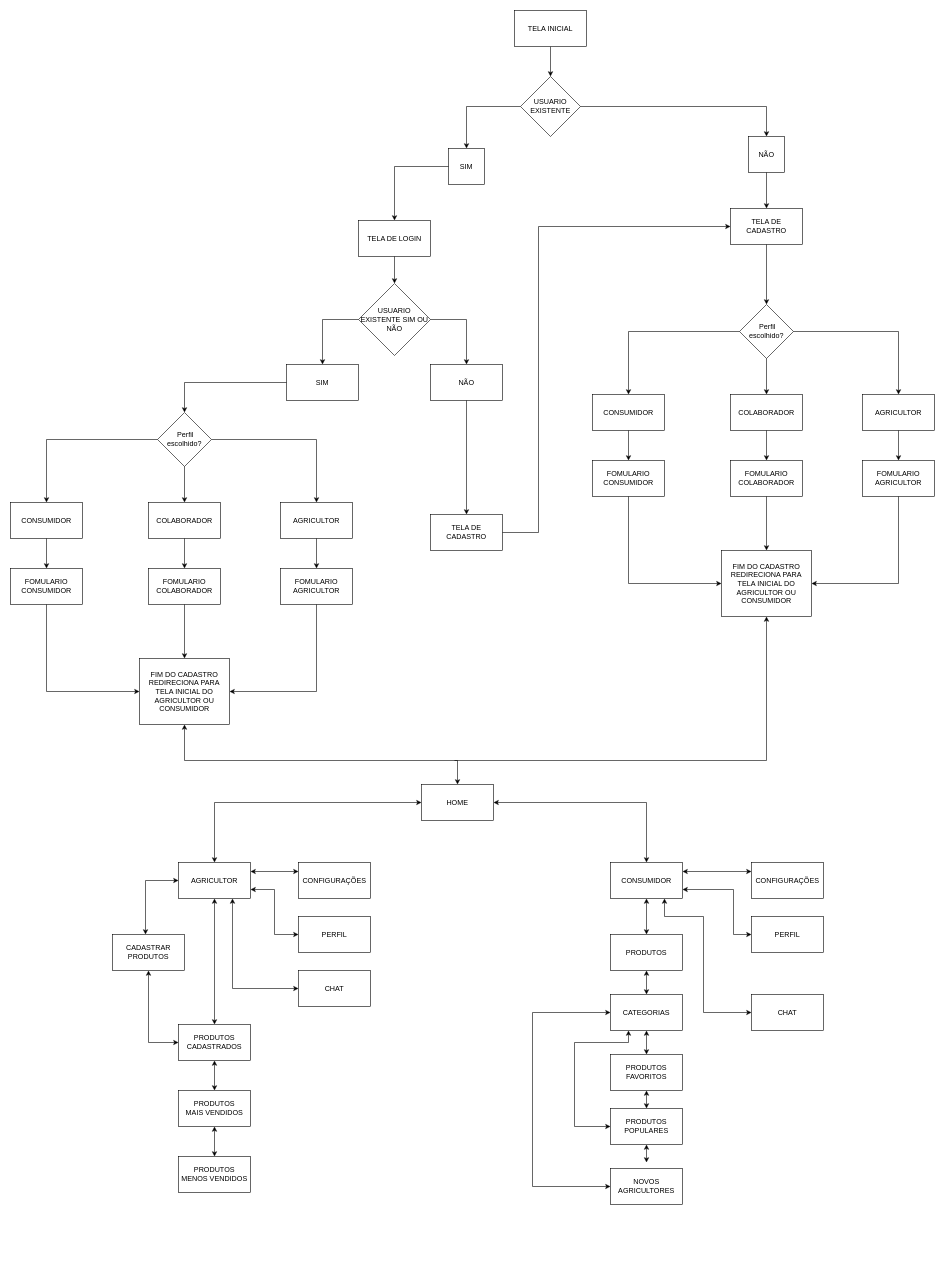
Earlier version of the draw.io diagram Diagrama sem nome.drawio (4lisson0/cyberzone). Source tidied: cells renumbered, new cells numbered last; positions are measured from the earlier drawing's top-left corner, leaving out a move shared by most shapes. Both pictures are drawn from the tidied source at 60%, with x=0, y=0 at pixel (10, 10).
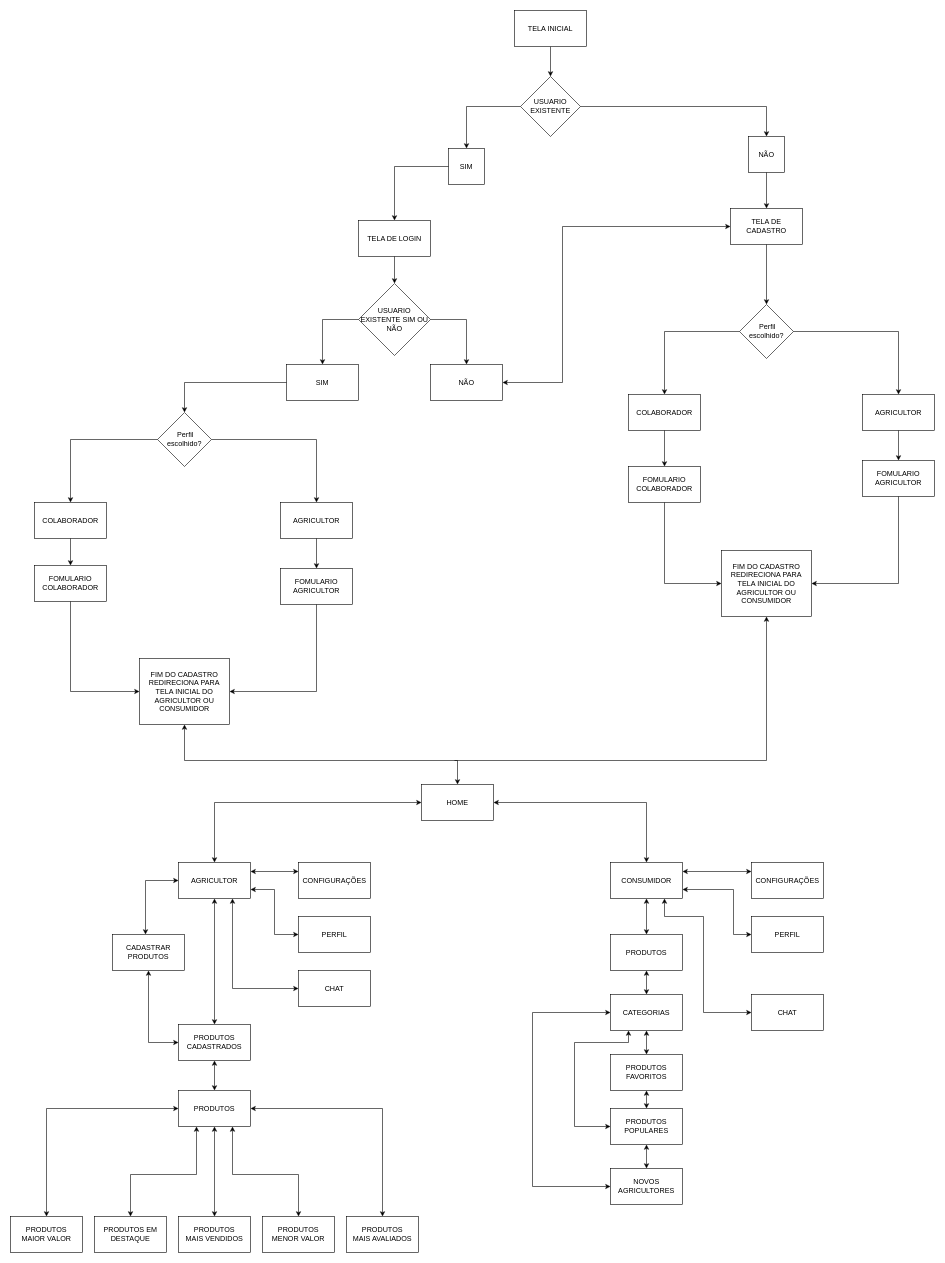
Above is the later version.

Unchanged cells that the change refers to:
```xml
<mxCell id="7" value="TELA DE CADASTRO" style="rounded=0;whiteSpace=wrap;html=1;" parent="1" vertex="1">
  <mxGeometry x="1200" y="330" width="120" height="60" as="geometry" />
</mxCell>
<mxCell id="14" value="NÃO" style="rounded=0;whiteSpace=wrap;html=1;" parent="1" vertex="1">
  <mxGeometry x="700" y="590" width="120" height="60" as="geometry" />
</mxCell>
<mxCell id="31" value="&lt;div&gt;&amp;nbsp;Perfil escolhido?&lt;/div&gt;" style="rhombus;whiteSpace=wrap;html=1;" parent="1" vertex="1">
  <mxGeometry x="1215" y="490" width="90" height="90" as="geometry" />
</mxCell>
<mxCell id="44" value="FIM DO CADASTRO REDIRECIONA PARA TELA INICIAL DO AGRICULTOR OU CONSUMIDOR" style="rounded=0;whiteSpace=wrap;html=1;" parent="1" vertex="1">
  <mxGeometry x="1185" y="900" width="150" height="110" as="geometry" />
</mxCell>
<mxCell id="50" value="&lt;div&gt;&amp;nbsp;Perfil escolhido?&lt;/div&gt;" style="rhombus;whiteSpace=wrap;html=1;" parent="1" vertex="1">
  <mxGeometry x="245" y="670" width="90" height="90" as="geometry" />
</mxCell>
<mxCell id="57" value="FIM DO CADASTRO REDIRECIONA PARA TELA INICIAL DO AGRICULTOR OU CONSUMIDOR" style="rounded=0;whiteSpace=wrap;html=1;" parent="1" vertex="1">
  <mxGeometry x="215" y="1080" width="150" height="110" as="geometry" />
</mxCell>
<mxCell id="65" value="PRODUTOS POPULARES" style="rounded=0;whiteSpace=wrap;html=1;" parent="1" vertex="1">
  <mxGeometry x="1000" y="1830" width="120" height="60" as="geometry" />
</mxCell>
<mxCell id="66" value="NOVOS AGRICULTORES" style="rounded=0;whiteSpace=wrap;html=1;" parent="1" vertex="1">
  <mxGeometry x="1000" y="1930" width="120" height="60" as="geometry" />
</mxCell>
```

Diff of the diagram source:
```diff
@@
-    <mxCell id="16" value="TELA DE CADASTRO" style="rounded=0;whiteSpace=wrap;html=1;" parent="1" vertex="1">
-      <mxGeometry x="700" y="840" width="120" height="60" as="geometry" />
-    </mxCell>
@@
-    <mxCell id="20" style="endArrow=classic;html=1;rounded=0;exitX=0.5;exitY=1;exitDx=0;exitDy=0;entryX=0.5;entryY=0;entryDx=0;entryDy=0;" parent="1" edge="1" source="14" target="16">
-      <mxGeometry relative="1" as="geometry" />
-    </mxCell>
-    <mxCell id="21" style="endArrow=classic;html=1;rounded=0;exitX=1;exitY=0.5;exitDx=0;exitDy=0;entryX=0;entryY=0.5;entryDx=0;entryDy=0;" parent="1" edge="1" source="16" target="7">
-      <mxGeometry relative="1" as="geometry">
-        <Array as="points">
-          <mxPoint x="880" y="870" />
-          <mxPoint x="880" y="360" />
-        </Array>
-      </mxGeometry>
-    </mxCell>
@@
-    <mxCell id="24" value="CONSUMIDOR" style="rounded=0;whiteSpace=wrap;html=1;" parent="1" vertex="1">
-      <mxGeometry y="820" width="120" height="60" as="geometry" />
-    </mxCell>
-    <mxCell id="25" value="FOMULARIO CONSUMIDOR" style="rounded=0;whiteSpace=wrap;html=1;" parent="1" vertex="1">
-      <mxGeometry y="930" width="120" height="60" as="geometry" />
-    </mxCell>
@@
-    <mxCell id="33" value="CONSUMIDOR" style="rounded=0;whiteSpace=wrap;html=1;" parent="1" vertex="1">
-      <mxGeometry x="970" y="640" width="120" height="60" as="geometry" />
-    </mxCell>
-    <mxCell id="34" value="FOMULARIO CONSUMIDOR" style="rounded=0;whiteSpace=wrap;html=1;" parent="1" vertex="1">
-      <mxGeometry x="970" y="750" width="120" height="60" as="geometry" />
-    </mxCell>
@@
-    <mxCell id="36" style="endArrow=classic;html=1;rounded=0;entryX=0.5;entryY=0;entryDx=0;entryDy=0;exitX=0;exitY=0.5;exitDx=0;exitDy=0;" parent="1" edge="1" source="31" target="33">
-      <mxGeometry relative="1" as="geometry">
-        <Array as="points">
-          <mxPoint x="1030" y="535" />
-        </Array>
-      </mxGeometry>
-    </mxCell>
@@
-    <mxCell id="38" style="endArrow=classic;html=1;rounded=0;exitX=0.5;exitY=1;exitDx=0;exitDy=0;entryX=0.5;entryY=0;entryDx=0;entryDy=0;" parent="1" edge="1" source="33" target="34">
-      <mxGeometry relative="1" as="geometry" />
-    </mxCell>
     <mxCell id="39" value="COLABORADOR" style="rounded=0;whiteSpace=wrap;html=1;" parent="1" vertex="1">
-      <mxGeometry x="1200" y="640" width="120" height="60" as="geometry" />
+      <mxGeometry x="1030" y="640" width="120" height="60" as="geometry" />
     </mxCell>
     <mxCell id="40" value="FOMULARIO COLABORADOR" style="rounded=0;whiteSpace=wrap;html=1;" parent="1" vertex="1">
-      <mxGeometry x="1200" y="750" width="120" height="60" as="geometry" />
+      <mxGeometry x="1030" y="760" width="120" height="60" as="geometry" />
     </mxCell>
@@
-    <mxCell id="42" style="endArrow=classic;html=1;rounded=0;exitX=0.5;exitY=1;exitDx=0;exitDy=0;entryX=0.5;entryY=0;entryDx=0;entryDy=0;" parent="1" edge="1" source="31" target="39">
-      <mxGeometry relative="1" as="geometry" />
+    <mxCell id="42" style="endArrow=classic;html=1;rounded=0;exitX=0;exitY=0.5;exitDx=0;exitDy=0;entryX=0.5;entryY=0;entryDx=0;entryDy=0;" parent="1" edge="1" source="31" target="39">
+      <mxGeometry relative="1" as="geometry">
+        <Array as="points">
+          <mxPoint x="1090" y="535" />
+        </Array>
+      </mxGeometry>
     </mxCell>
@@
-    <mxCell id="46" style="endArrow=classic;html=1;rounded=0;exitX=0.5;exitY=1;exitDx=0;exitDy=0;entryX=0;entryY=0.5;entryDx=0;entryDy=0;" parent="1" edge="1" source="34" target="44">
-      <mxGeometry relative="1" as="geometry">
-        <Array as="points">
-          <mxPoint x="1030" y="955" />
-        </Array>
-      </mxGeometry>
-    </mxCell>
-    <mxCell id="47" style="endArrow=classic;html=1;rounded=0;exitX=0.5;exitY=1;exitDx=0;exitDy=0;entryX=0.5;entryY=0;entryDx=0;entryDy=0;" parent="1" edge="1" source="40" target="44">
-      <mxGeometry relative="1" as="geometry" />
+    <mxCell id="47" style="endArrow=classic;html=1;rounded=0;exitX=0.5;exitY=1;exitDx=0;exitDy=0;entryX=0;entryY=0.5;entryDx=0;entryDy=0;" parent="1" edge="1" source="40" target="44">
+      <mxGeometry relative="1" as="geometry">
+        <Array as="points">
+          <mxPoint x="1090" y="955" />
+        </Array>
+      </mxGeometry>
     </mxCell>
@@
-    <mxCell id="51" style="endArrow=classic;html=1;rounded=0;entryX=0.5;entryY=0;entryDx=0;entryDy=0;exitX=0;exitY=0.5;exitDx=0;exitDy=0;" parent="1" edge="1" source="50">
-      <mxGeometry relative="1" as="geometry">
-        <mxPoint x="60" y="820" as="targetPoint" />
-        <Array as="points">
-          <mxPoint x="60" y="715" />
-        </Array>
-      </mxGeometry>
-    </mxCell>
-    <mxCell id="52" style="endArrow=classic;html=1;rounded=0;exitX=0.5;exitY=1;exitDx=0;exitDy=0;entryX=0.5;entryY=0;entryDx=0;entryDy=0;" parent="1" edge="1">
-      <mxGeometry relative="1" as="geometry">
-        <mxPoint x="60" y="880" as="sourcePoint" />
-        <mxPoint x="60" y="930" as="targetPoint" />
-      </mxGeometry>
-    </mxCell>
     <mxCell id="53" value="COLABORADOR" style="rounded=0;whiteSpace=wrap;html=1;" parent="1" vertex="1">
-      <mxGeometry x="230" y="820" width="120" height="60" as="geometry" />
+      <mxGeometry x="40" y="820" width="120" height="60" as="geometry" />
     </mxCell>
     <mxCell id="54" value="FOMULARIO COLABORADOR" style="rounded=0;whiteSpace=wrap;html=1;" parent="1" vertex="1">
-      <mxGeometry x="230" y="930" width="120" height="60" as="geometry" />
+      <mxGeometry x="40" y="925" width="120" height="60" as="geometry" />
     </mxCell>
@@
-    <mxCell id="56" style="endArrow=classic;html=1;rounded=0;exitX=0.5;exitY=1;exitDx=0;exitDy=0;entryX=0.5;entryY=0;entryDx=0;entryDy=0;" parent="1" edge="1" source="50" target="53">
-      <mxGeometry relative="1" as="geometry" />
+    <mxCell id="56" style="endArrow=classic;html=1;rounded=0;exitX=0;exitY=0.5;exitDx=0;exitDy=0;entryX=0.5;entryY=0;entryDx=0;entryDy=0;" parent="1" edge="1" source="50" target="53">
+      <mxGeometry relative="1" as="geometry">
+        <Array as="points">
+          <mxPoint x="100" y="715" />
+        </Array>
+      </mxGeometry>
     </mxCell>
@@
-    <mxCell id="58" style="endArrow=classic;html=1;rounded=0;exitX=0.5;exitY=1;exitDx=0;exitDy=0;entryX=0;entryY=0.5;entryDx=0;entryDy=0;" parent="1" edge="1" target="57">
-      <mxGeometry relative="1" as="geometry">
-        <mxPoint x="60" y="990" as="sourcePoint" />
-        <Array as="points">
-          <mxPoint x="60" y="1135" />
-        </Array>
-      </mxGeometry>
-    </mxCell>
-    <mxCell id="59" style="endArrow=classic;html=1;rounded=0;exitX=0.5;exitY=1;exitDx=0;exitDy=0;entryX=0.5;entryY=0;entryDx=0;entryDy=0;" parent="1" edge="1" source="54" target="57">
-      <mxGeometry relative="1" as="geometry" />
+    <mxCell id="59" style="endArrow=classic;html=1;rounded=0;exitX=0.5;exitY=1;exitDx=0;exitDy=0;entryX=0;entryY=0.5;entryDx=0;entryDy=0;" parent="1" edge="1" source="54" target="57">
+      <mxGeometry relative="1" as="geometry">
+        <Array as="points">
+          <mxPoint x="100" y="1135" />
+        </Array>
+      </mxGeometry>
     </mxCell>
@@
-    <mxCell id="70" style="endArrow=classic;startArrow=classic;html=1;rounded=0;exitX=0.5;exitY=1;exitDx=0;exitDy=0;entryX=0.5;entryY=0;entryDx=0;entryDy=0;" parent="1" edge="1" source="65">
-      <mxGeometry relative="1" as="geometry">
-        <mxPoint x="1060" y="1920" as="targetPoint" />
-      </mxGeometry>
+    <mxCell id="70" style="endArrow=classic;startArrow=classic;html=1;rounded=0;exitX=0.5;exitY=1;exitDx=0;exitDy=0;entryX=0.5;entryY=0;entryDx=0;entryDy=0;" parent="1" edge="1" source="65" target="66">
+      <mxGeometry relative="1" as="geometry" />
     </mxCell>
@@
-    <mxCell id="92" value="PRODUTOS&lt;div&gt;MAIS VENDIDOS&lt;/div&gt;" style="rounded=0;whiteSpace=wrap;html=1;" parent="1" vertex="1">
+    <mxCell id="92" value="PRODUTOS" style="rounded=0;whiteSpace=wrap;html=1;" parent="1" vertex="1">
       <mxGeometry x="280" y="1800" width="120" height="60" as="geometry" />
     </mxCell>
-    <mxCell id="93" value="PRODUTOS&lt;div&gt;MENOS VENDIDOS&lt;/div&gt;" style="rounded=0;whiteSpace=wrap;html=1;" parent="1" vertex="1">
-      <mxGeometry x="280" y="1910" width="120" height="60" as="geometry" />
+    <mxCell id="93" value="PRODUTOS&lt;div&gt;MAIS VENDIDOS&lt;/div&gt;" style="rounded=0;whiteSpace=wrap;html=1;" parent="1" vertex="1">
+      <mxGeometry x="280" y="2010" width="120" height="60" as="geometry" />
     </mxCell>
@@
+    <mxCell id="98" value="PRODUTOS EM DESTAQUE" style="rounded=0;whiteSpace=wrap;html=1;" parent="1" vertex="1">
+      <mxGeometry x="140" y="2010" width="120" height="60" as="geometry" />
+    </mxCell>
+    <mxCell id="99" value="PRODUTOS&lt;div&gt;MENOR VALOR&lt;/div&gt;" style="rounded=0;whiteSpace=wrap;html=1;" parent="1" vertex="1">
+      <mxGeometry x="420" y="2010" width="120" height="60" as="geometry" />
+    </mxCell>
+    <mxCell id="100" value="PRODUTOS&lt;div&gt;MAIS AVALIADOS&lt;/div&gt;" style="rounded=0;whiteSpace=wrap;html=1;" parent="1" vertex="1">
+      <mxGeometry x="560" y="2010" width="120" height="60" as="geometry" />
+    </mxCell>
+    <mxCell id="101" value="PRODUTOS&lt;div&gt;MAIOR VALOR&lt;/div&gt;" style="rounded=0;whiteSpace=wrap;html=1;" parent="1" vertex="1">
+      <mxGeometry y="2010" width="120" height="60" as="geometry" />
+    </mxCell>
+    <mxCell id="102" style="endArrow=classic;startArrow=classic;html=1;rounded=0;exitX=0.75;exitY=1;exitDx=0;exitDy=0;entryX=0.5;entryY=0;entryDx=0;entryDy=0;" parent="1" edge="1" source="92" target="99">
+      <mxGeometry relative="1" as="geometry">
+        <Array as="points">
+          <mxPoint x="370" y="1940" />
+          <mxPoint x="480" y="1940" />
+        </Array>
+      </mxGeometry>
+    </mxCell>
+    <mxCell id="103" style="endArrow=classic;startArrow=classic;html=1;rounded=0;exitX=1;exitY=0.5;exitDx=0;exitDy=0;entryX=0.5;entryY=0;entryDx=0;entryDy=0;" parent="1" edge="1" source="92" target="100">
+      <mxGeometry relative="1" as="geometry">
+        <Array as="points">
+          <mxPoint x="620" y="1830" />
+        </Array>
+      </mxGeometry>
+    </mxCell>
+    <mxCell id="104" style="endArrow=classic;startArrow=classic;html=1;rounded=0;exitX=1;exitY=0.5;exitDx=0;exitDy=0;entryX=0;entryY=0.5;entryDx=0;entryDy=0;" parent="1" edge="1" source="14" target="7">
+      <mxGeometry relative="1" as="geometry">
+        <Array as="points">
+          <mxPoint x="920" y="620" />
+          <mxPoint x="920" y="360" />
+        </Array>
+      </mxGeometry>
+    </mxCell>
+    <mxCell id="105" style="endArrow=classic;startArrow=classic;html=1;rounded=0;exitX=0.25;exitY=1;exitDx=0;exitDy=0;entryX=0.5;entryY=0;entryDx=0;entryDy=0;" parent="1" edge="1" source="92" target="98">
+      <mxGeometry relative="1" as="geometry">
+        <Array as="points">
+          <mxPoint x="310" y="1940" />
+          <mxPoint x="200" y="1940" />
+        </Array>
+      </mxGeometry>
+    </mxCell>
+    <mxCell id="106" style="endArrow=classic;startArrow=classic;html=1;rounded=0;exitX=0;exitY=0.5;exitDx=0;exitDy=0;entryX=0.5;entryY=0;entryDx=0;entryDy=0;" parent="1" edge="1" source="92" target="101">
+      <mxGeometry relative="1" as="geometry">
+        <Array as="points">
+          <mxPoint x="60" y="1830" />
+        </Array>
+      </mxGeometry>
+    </mxCell>
```
